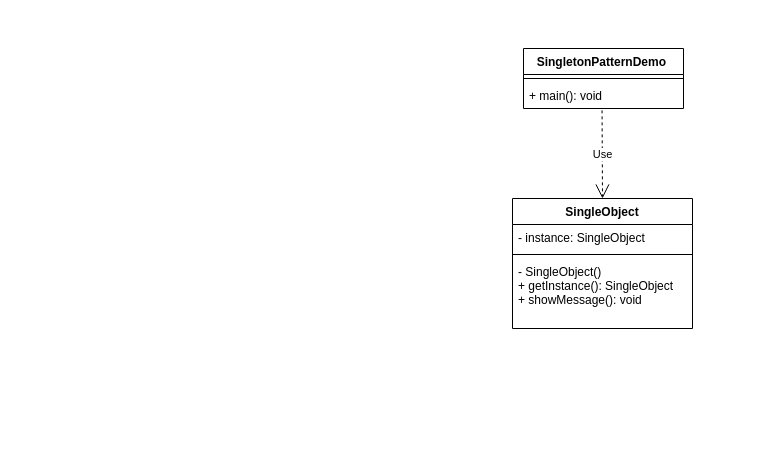
Above: 类图/创建型模式/原型模式.drawio in motein/DesignPattern (draw.io), before the change. Source tidied: cells renumbered, new cells numbered last; positions are measured from the earlier drawing's top-left corner, leaving out a move shared by most shapes. Both pictures are drawn from the tidied source at 100%, with x=0, y=0 at pixel (512, 48).
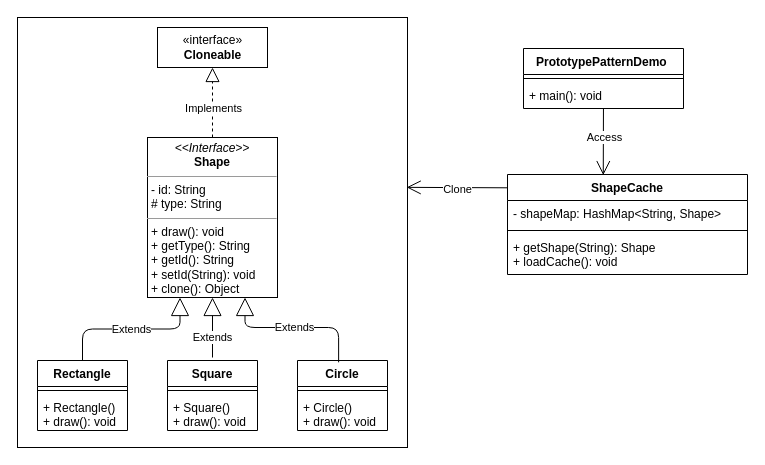
The same page after the edit.

Unchanged cells that the change refers to:
```xml
<mxCell id="4" value="+ main(): void" style="text;strokeColor=none;fillColor=none;align=left;verticalAlign=top;spacingLeft=4;spacingRight=4;overflow=hidden;points=[[0,0.5],[1,0.5]];portConstraint=eastwest;" parent="2" vertex="1">
  <mxGeometry y="34" width="160" height="26" as="geometry" />
</mxCell>
```

What changed in the source:
```diff
@@
+    <mxCell id="10" style="rounded=0;whiteSpace=wrap;html=1;" parent="1" vertex="1">
+      <mxGeometry x="-495" y="-31" width="390" height="430" as="geometry" />
+    </mxCell>
-    <mxCell id="2" value="SingletonPatternDemo " style="swimlane;fontStyle=1;align=center;verticalAlign=top;horizontal=1;startSize=26;" parent="1" vertex="1">
+    <mxCell id="2" value="PrototypePatternDemo " style="swimlane;fontStyle=1;align=center;verticalAlign=top;horizontal=1;startSize=26;" parent="1" vertex="1">
       <mxGeometry x="11" width="160" height="60" as="geometry" />
     </mxCell>
@@
-    <mxCell id="5" value="SingleObject" style="swimlane;fontStyle=1;align=center;verticalAlign=top;horizontal=1;startSize=26;" parent="1" vertex="1">
-      <mxGeometry y="150" width="180" height="130" as="geometry" />
-    </mxCell>
-    <mxCell id="6" value="- instance: SingleObject" style="text;strokeColor=none;fillColor=none;align=left;verticalAlign=top;spacingLeft=4;spacingRight=4;overflow=hidden;" parent="5" vertex="1">
-      <mxGeometry y="26" width="180" height="26" as="geometry" />
-    </mxCell>
-    <mxCell id="7" style="line;strokeWidth=1;fillColor=none;align=left;verticalAlign=middle;spacingTop=-1;spacingLeft=3;spacingRight=3;labelPosition=right;" parent="5" vertex="1">
-      <mxGeometry y="52" width="180" height="8" as="geometry" />
-    </mxCell>
-    <mxCell id="8" value="- SingleObject()&#10;+ getInstance(): SingleObject&#10;+ showMessage(): void" style="text;strokeColor=none;fillColor=none;align=left;verticalAlign=top;spacingLeft=4;spacingRight=4;overflow=hidden;" parent="5" vertex="1">
-      <mxGeometry y="60" width="180" height="70" as="geometry" />
-    </mxCell>
-    <mxCell id="9" value="Use" style="endArrow=open;endSize=12;dashed=1;html=1;exitX=0.491;exitY=1.071;exitDx=0;exitDy=0;exitPerimeter=0;entryX=0.5;entryY=0;entryDx=0;entryDy=0;" parent="1" edge="1" source="4" target="5">
-      <mxGeometry relative="1" as="geometry" />
-    </mxCell>
+    <mxCell id="11" value="«interface»&lt;br&gt;&lt;b&gt;Cloneable&lt;/b&gt;" style="html=1;" parent="1" vertex="1">
+      <mxGeometry x="-355" y="-21" width="110" height="40" as="geometry" />
+    </mxCell>
+    <mxCell id="12" value="&lt;p style=&quot;margin: 0px ; margin-top: 4px ; text-align: center&quot;&gt;&lt;i&gt;&amp;lt;&amp;lt;Interface&amp;gt;&amp;gt;&lt;/i&gt;&lt;br&gt;&lt;b&gt;Shape&lt;/b&gt;&lt;/p&gt;&lt;hr size=&quot;1&quot;&gt;&lt;p style=&quot;margin: 0px ; margin-left: 4px&quot;&gt;- id: String&lt;br&gt;# type: String&lt;/p&gt;&lt;hr size=&quot;1&quot;&gt;&lt;p style=&quot;margin: 0px ; margin-left: 4px&quot;&gt;+ draw(): void&lt;br&gt;+ getType(): String&lt;/p&gt;&lt;p style=&quot;margin: 0px ; margin-left: 4px&quot;&gt;+ getId(): String&lt;/p&gt;&lt;p style=&quot;margin: 0px ; margin-left: 4px&quot;&gt;+ setId(String): void&lt;/p&gt;&lt;p style=&quot;margin: 0px ; margin-left: 4px&quot;&gt;+ clone(): Object&lt;/p&gt;" style="verticalAlign=top;align=left;overflow=fill;fontSize=12;fontFamily=Helvetica;html=1;" parent="1" vertex="1">
+      <mxGeometry x="-365" y="89" width="130" height="160" as="geometry" />
+    </mxCell>
+    <mxCell id="13" style="endArrow=block;dashed=1;endFill=0;endSize=12;html=1;entryX=0.5;entryY=1;entryDx=0;entryDy=0;" parent="1" edge="1" source="12" target="11">
+      <mxGeometry relative="1" as="geometry" />
+    </mxCell>
+    <mxCell id="14" value="Implements" style="edgeLabel;html=1;align=center;verticalAlign=middle;" parent="13" vertex="1">
+      <mxGeometry x="0.26" y="1" relative="1" as="geometry">
+        <mxPoint x="1" y="14.1" as="offset" />
+      </mxGeometry>
+    </mxCell>
+    <mxCell id="15" value="Rectangle" style="swimlane;fontStyle=1;align=center;verticalAlign=top;horizontal=1;startSize=26;" parent="1" vertex="1">
+      <mxGeometry x="-475" y="312" width="90" height="70" as="geometry" />
+    </mxCell>
+    <mxCell id="16" style="line;strokeWidth=1;fillColor=none;align=left;verticalAlign=middle;spacingTop=-1;spacingLeft=3;spacingRight=3;labelPosition=right;" parent="15" vertex="1">
+      <mxGeometry y="26" width="90" height="8" as="geometry" />
+    </mxCell>
+    <mxCell id="17" value="+ Rectangle()&#10;+ draw(): void" style="text;strokeColor=none;fillColor=none;align=left;verticalAlign=top;spacingLeft=4;spacingRight=4;overflow=hidden;" parent="15" vertex="1">
+      <mxGeometry y="34" width="90" height="36" as="geometry" />
+    </mxCell>
+    <mxCell id="18" value="Square" style="swimlane;fontStyle=1;align=center;verticalAlign=top;horizontal=1;startSize=26;" parent="1" vertex="1">
+      <mxGeometry x="-345" y="312" width="90" height="70" as="geometry" />
+    </mxCell>
+    <mxCell id="19" style="line;strokeWidth=1;fillColor=none;align=left;verticalAlign=middle;spacingTop=-1;spacingLeft=3;spacingRight=3;labelPosition=right;" parent="18" vertex="1">
+      <mxGeometry y="26" width="90" height="8" as="geometry" />
+    </mxCell>
+    <mxCell id="20" value="+ Square()&#10;+ draw(): void" style="text;strokeColor=none;fillColor=none;align=left;verticalAlign=top;spacingLeft=4;spacingRight=4;overflow=hidden;" parent="18" vertex="1">
+      <mxGeometry y="34" width="90" height="36" as="geometry" />
+    </mxCell>
+    <mxCell id="21" value="Circle" style="swimlane;fontStyle=1;align=center;verticalAlign=top;horizontal=1;startSize=26;" parent="1" vertex="1">
+      <mxGeometry x="-215" y="312" width="90" height="70" as="geometry" />
+    </mxCell>
+    <mxCell id="22" style="line;strokeWidth=1;fillColor=none;align=left;verticalAlign=middle;spacingTop=-1;spacingLeft=3;spacingRight=3;labelPosition=right;" parent="21" vertex="1">
+      <mxGeometry y="26" width="90" height="8" as="geometry" />
+    </mxCell>
+    <mxCell id="23" value="+ Circle()&#10;+ draw(): void" style="text;strokeColor=none;fillColor=none;align=left;verticalAlign=top;spacingLeft=4;spacingRight=4;overflow=hidden;" parent="21" vertex="1">
+      <mxGeometry y="34" width="90" height="36" as="geometry" />
+    </mxCell>
+    <mxCell id="24" value="Extends" style="endArrow=block;endSize=16;endFill=0;html=1;entryX=0.25;entryY=1;entryDx=0;entryDy=0;exitX=0.5;exitY=0;exitDx=0;exitDy=0;edgeStyle=orthogonalEdgeStyle;" parent="1" edge="1" source="15" target="12">
+      <mxGeometry relative="1" as="geometry" />
+    </mxCell>
+    <mxCell id="25" value="Extends" style="endArrow=block;endSize=16;endFill=0;html=1;entryX=0.5;entryY=1;entryDx=0;entryDy=0;" parent="1" edge="1" target="12">
+      <mxGeometry x="-0.33" relative="1" as="geometry">
+        <mxPoint x="-300" y="309" as="sourcePoint" />
+      </mxGeometry>
+    </mxCell>
+    <mxCell id="26" value="Extends" style="endArrow=block;endSize=16;endFill=0;html=1;entryX=0.75;entryY=1;entryDx=0;entryDy=0;exitX=0.457;exitY=0.026;exitDx=0;exitDy=0;exitPerimeter=0;edgeStyle=orthogonalEdgeStyle;" parent="1" edge="1" source="21" target="12">
+      <mxGeometry relative="1" as="geometry">
+        <Array as="points">
+          <mxPoint x="-174" y="279" />
+          <mxPoint x="-267" y="279" />
+        </Array>
+      </mxGeometry>
+    </mxCell>
+    <mxCell id="27" value="ShapeCache" style="swimlane;fontStyle=1;align=center;verticalAlign=top;horizontal=1;startSize=26;" parent="1" vertex="1">
+      <mxGeometry x="-5" y="126" width="240" height="100" as="geometry" />
+    </mxCell>
+    <mxCell id="28" value="- shapeMap: HashMap&lt;String, Shape&gt;" style="text;strokeColor=none;fillColor=none;align=left;verticalAlign=top;spacingLeft=4;spacingRight=4;overflow=hidden;" parent="27" vertex="1">
+      <mxGeometry y="26" width="240" height="26" as="geometry" />
+    </mxCell>
+    <mxCell id="29" style="line;strokeWidth=1;fillColor=none;align=left;verticalAlign=middle;spacingTop=-1;spacingLeft=3;spacingRight=3;labelPosition=right;" parent="27" vertex="1">
+      <mxGeometry y="52" width="240" height="8" as="geometry" />
+    </mxCell>
+    <mxCell id="30" value="+ getShape(String): Shape&#10;+ loadCache(): void" style="text;strokeColor=none;fillColor=none;align=left;verticalAlign=top;spacingLeft=4;spacingRight=4;overflow=hidden;" parent="27" vertex="1">
+      <mxGeometry y="60" width="240" height="40" as="geometry" />
+    </mxCell>
+    <mxCell id="31" style="endArrow=open;endFill=1;endSize=12;html=1;exitX=0.001;exitY=0.133;exitDx=0;exitDy=0;exitPerimeter=0;entryX=0.998;entryY=0.395;entryDx=0;entryDy=0;entryPerimeter=0;" parent="1" edge="1" source="27" target="10">
+      <mxGeometry relative="1" as="geometry" />
+    </mxCell>
+    <mxCell id="32" value="Clone" style="edgeLabel;html=1;align=center;verticalAlign=middle;" parent="31" vertex="1">
+      <mxGeometry x="0.16" y="1" relative="1" as="geometry">
+        <mxPoint x="8.3" as="offset" />
+      </mxGeometry>
+    </mxCell>
+    <mxCell id="33" style="endArrow=open;endFill=1;endSize=12;html=1;entryX=0.399;entryY=0.006;entryDx=0;entryDy=0;entryPerimeter=0;" parent="1" edge="1" source="4" target="27">
+      <mxGeometry relative="1" as="geometry" />
+    </mxCell>
+    <mxCell id="34" value="Access" style="edgeLabel;html=1;align=center;verticalAlign=middle;" parent="33" vertex="1">
+      <mxGeometry x="-0.46" relative="1" as="geometry">
+        <mxPoint x="0.1" y="10.9" as="offset" />
+      </mxGeometry>
+    </mxCell>
```
